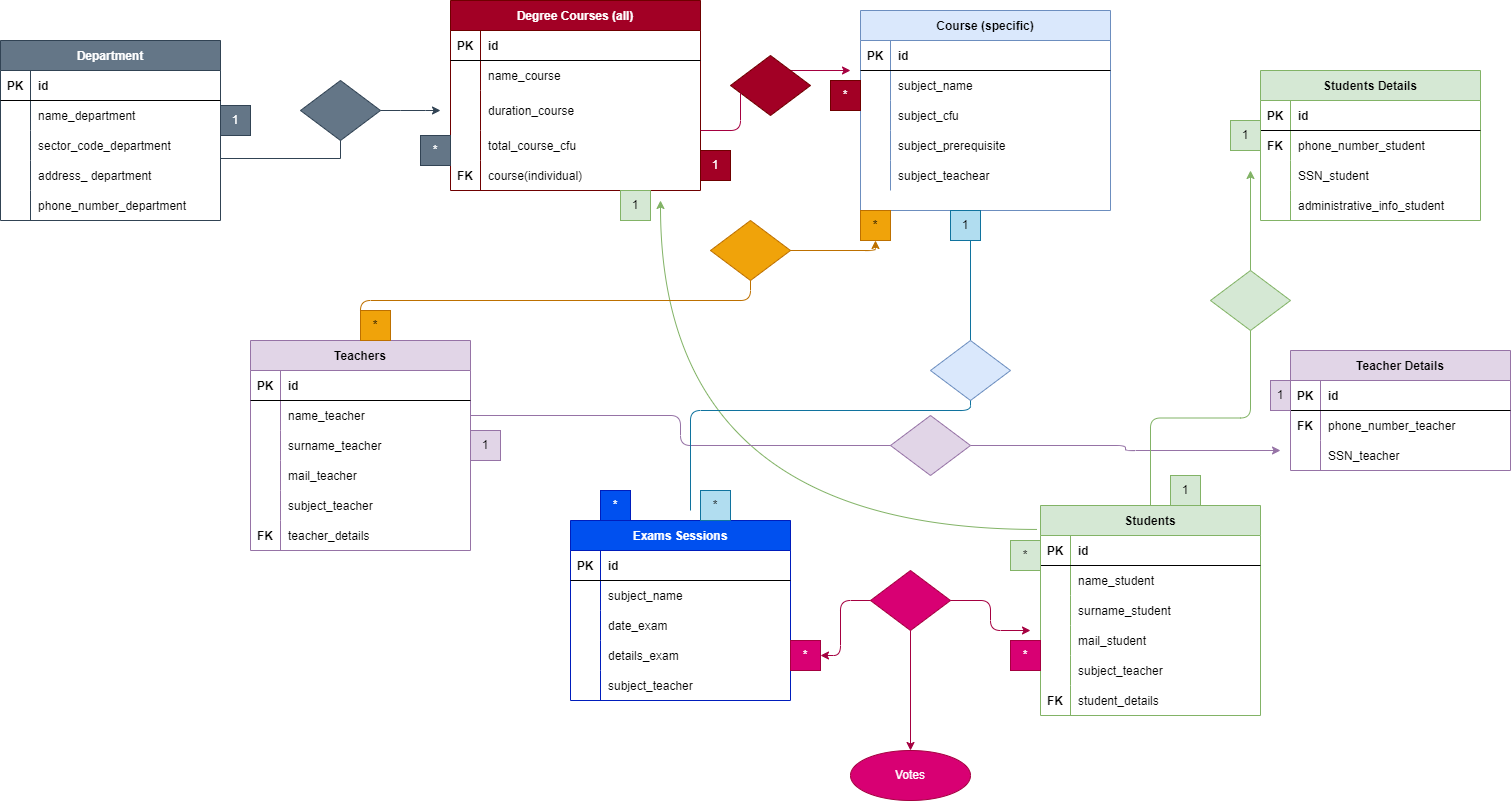
Earlier version of the draw.io export db-university.drawio.png (chiaraxs/db-university). Source tidied: cells renumbered, new cells last; positions are measured from the earlier drawing's top-left corner, leaving out a move shared by most shapes.
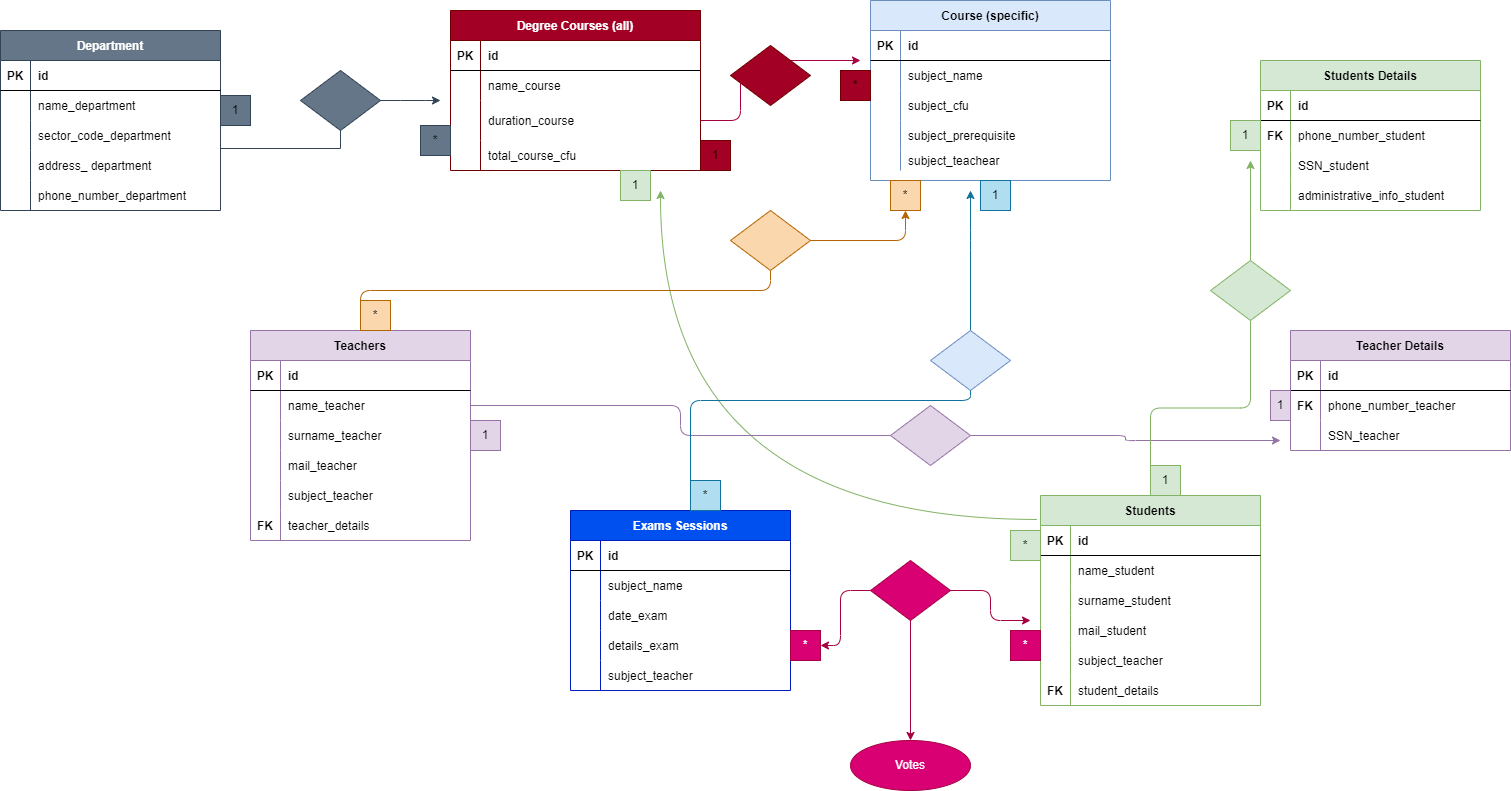
The same file after the commit.

Diff of the diagram source:
```diff
@@ -51,7 +51,7 @@
       <mxGeometry x="30" width="190" height="30" as="geometry" />
     </mxCell>
     <mxCell id="18" value="Degree Courses (all)" style="shape=table;startSize=30;rowLines=0;fontStyle=1;align=center;labelBackgroundColor=none;fillColor=#a20025;fontColor=#ffffff;strokeColor=#6F0000;" parent="1" vertex="1">
-      <mxGeometry x="450" width="250" height="190" as="geometry" />
+      <mxGeometry x="450" y="20" width="250" height="160" as="geometry" />
     </mxCell>
     <mxCell id="19" style="shape=partialRectangle;fillColor=none;top=0;left=0;right=0;bottom=1;" parent="18" vertex="1">
       <mxGeometry y="30" width="250" height="30" as="geometry" />
@@ -89,69 +89,62 @@
     <mxCell id="30" value="total_course_cfu" style="shape=partialRectangle;overflow=hidden;fillColor=none;top=0;left=0;bottom=0;right=0;align=left;spacingLeft=6;" parent="28" vertex="1">
       <mxGeometry x="30" width="220" height="30" as="geometry" />
     </mxCell>
-    <mxCell id="31" style="shape=partialRectangle;fillColor=none;top=0;left=0;right=0;bottom=0;" parent="18" vertex="1">
-      <mxGeometry y="160" width="250" height="30" as="geometry" />
-    </mxCell>
-    <mxCell id="32" value="FK" style="shape=partialRectangle;overflow=hidden;fillColor=none;top=0;left=0;bottom=0;right=0;fontStyle=1;" parent="31" vertex="1">
-      <mxGeometry width="30" height="30" as="geometry" />
-    </mxCell>
-    <mxCell id="33" value="course(individual)" style="shape=partialRectangle;overflow=hidden;fillColor=none;top=0;left=0;bottom=0;right=0;align=left;spacingLeft=6;" parent="31" vertex="1">
-      <mxGeometry x="30" width="220" height="30" as="geometry" />
-    </mxCell>
-    <mxCell id="34" style="edgeStyle=elbowEdgeStyle;rounded=1;jettySize=auto;elbow=vertical;html=1;strokeColor=#10739e;fillColor=#b1ddf0;startArrow=none;" parent="1" edge="1" source="162" target="35">
+    <mxCell id="34" style="edgeStyle=elbowEdgeStyle;rounded=1;jettySize=auto;elbow=vertical;html=1;strokeColor=#10739e;fillColor=#b1ddf0;startArrow=none;" parent="1" edge="1" source="162">
       <mxGeometry relative="1" as="geometry">
+        <mxPoint x="970" y="200" as="targetPoint" />
         <Array as="points">
+          <mxPoint x="970" y="250" />
           <mxPoint x="985" y="360" />
         </Array>
       </mxGeometry>
     </mxCell>
     <mxCell id="35" value="Course (specific)" style="shape=table;startSize=30;rowLines=0;fontStyle=1;align=center;labelBackgroundColor=none;fillColor=#dae8fc;strokeColor=#6c8ebf;" parent="1" vertex="1">
-      <mxGeometry x="860" y="10" width="250" height="200" as="geometry" />
+      <mxGeometry x="870" y="10" width="240" height="180" as="geometry" />
     </mxCell>
     <mxCell id="36" style="shape=partialRectangle;fillColor=none;top=0;left=0;right=0;bottom=1;" parent="35" vertex="1">
-      <mxGeometry y="30" width="250" height="30" as="geometry" />
+      <mxGeometry y="30" width="240" height="30" as="geometry" />
     </mxCell>
     <mxCell id="37" value="PK" style="shape=partialRectangle;overflow=hidden;fillColor=none;top=0;left=0;bottom=0;right=0;fontStyle=1;" parent="36" vertex="1">
       <mxGeometry width="30" height="30" as="geometry" />
     </mxCell>
     <mxCell id="38" value="id" style="shape=partialRectangle;overflow=hidden;fillColor=none;top=0;left=0;bottom=0;right=0;align=left;spacingLeft=6;fontStyle=1;" parent="36" vertex="1">
-      <mxGeometry x="30" width="220" height="30" as="geometry" />
+      <mxGeometry x="30" width="210" height="30" as="geometry" />
     </mxCell>
     <mxCell id="39" style="shape=partialRectangle;fillColor=none;top=0;left=0;right=0;bottom=0;" parent="35" vertex="1">
-      <mxGeometry y="60" width="250" height="30" as="geometry" />
+      <mxGeometry y="60" width="240" height="30" as="geometry" />
     </mxCell>
     <mxCell id="40" style="shape=partialRectangle;overflow=hidden;fillColor=none;top=0;left=0;bottom=0;right=0;" parent="39" vertex="1">
       <mxGeometry width="30" height="30" as="geometry" />
     </mxCell>
     <mxCell id="41" value="subject_name" style="shape=partialRectangle;overflow=hidden;fillColor=none;top=0;left=0;bottom=0;right=0;align=left;spacingLeft=6;" parent="39" vertex="1">
-      <mxGeometry x="30" width="220" height="30" as="geometry" />
+      <mxGeometry x="30" width="210" height="30" as="geometry" />
     </mxCell>
     <mxCell id="42" style="shape=partialRectangle;fillColor=none;top=0;left=0;right=0;bottom=0;" parent="35" vertex="1">
-      <mxGeometry y="90" width="250" height="30" as="geometry" />
+      <mxGeometry y="90" width="240" height="30" as="geometry" />
     </mxCell>
     <mxCell id="43" style="shape=partialRectangle;overflow=hidden;fillColor=none;top=0;left=0;bottom=0;right=0;" parent="42" vertex="1">
       <mxGeometry width="30" height="30" as="geometry" />
     </mxCell>
     <mxCell id="44" value="subject_cfu" style="shape=partialRectangle;overflow=hidden;fillColor=none;top=0;left=0;bottom=0;right=0;align=left;spacingLeft=6;" parent="42" vertex="1">
-      <mxGeometry x="30" width="220" height="30" as="geometry" />
+      <mxGeometry x="30" width="210" height="30" as="geometry" />
     </mxCell>
     <mxCell id="45" style="shape=partialRectangle;fillColor=none;top=0;left=0;right=0;bottom=0;" parent="35" vertex="1">
-      <mxGeometry y="120" width="250" height="30" as="geometry" />
+      <mxGeometry y="120" width="240" height="30" as="geometry" />
     </mxCell>
     <mxCell id="46" style="shape=partialRectangle;overflow=hidden;fillColor=none;top=0;left=0;bottom=0;right=0;" parent="45" vertex="1">
       <mxGeometry width="30" height="30" as="geometry" />
     </mxCell>
     <mxCell id="47" value="subject_prerequisite" style="shape=partialRectangle;overflow=hidden;fillColor=none;top=0;left=0;bottom=0;right=0;align=left;spacingLeft=6;" parent="45" vertex="1">
-      <mxGeometry x="30" width="220" height="30" as="geometry" />
+      <mxGeometry x="30" width="210" height="30" as="geometry" />
     </mxCell>
     <mxCell id="48" style="shape=partialRectangle;fillColor=none;top=0;left=0;right=0;bottom=0;" parent="35" vertex="1">
-      <mxGeometry y="150" width="250" height="30" as="geometry" />
+      <mxGeometry y="150" width="240" height="20" as="geometry" />
     </mxCell>
     <mxCell id="49" style="shape=partialRectangle;overflow=hidden;fillColor=none;top=0;left=0;bottom=0;right=0;" parent="48" vertex="1">
-      <mxGeometry width="30" height="30" as="geometry" />
+      <mxGeometry width="30" height="20" as="geometry" />
     </mxCell>
     <mxCell id="50" value="subject_teachear" style="shape=partialRectangle;overflow=hidden;fillColor=none;top=0;left=0;bottom=0;right=0;align=left;spacingLeft=6;" parent="48" vertex="1">
-      <mxGeometry x="30" width="220" height="30" as="geometry" />
+      <mxGeometry x="30" width="210" height="20" as="geometry" />
     </mxCell>
     <mxCell id="51" style="edgeStyle=elbowEdgeStyle;rounded=0;jettySize=auto;elbow=vertical;html=1;startArrow=none;" parent="1" edge="1" source="137" target="105">
       <mxGeometry relative="1" as="geometry" />
@@ -320,7 +313,7 @@
       <mxGeometry x="30" width="190" height="30" as="geometry" />
     </mxCell>
     <mxCell id="105" value="Teacher Details" style="shape=table;startSize=30;rowLines=0;fontStyle=1;align=center;labelBackgroundColor=none;fillColor=#e1d5e7;strokeColor=#9673a6;" parent="1" vertex="1">
-      <mxGeometry x="1290" y="350" width="220" height="120" as="geometry" />
+      <mxGeometry x="1290" y="340" width="220" height="120" as="geometry" />
     </mxCell>
     <mxCell id="106" style="shape=partialRectangle;fillColor=none;top=0;left=0;right=0;bottom=1;" parent="105" vertex="1">
       <mxGeometry y="30" width="220" height="30" as="geometry" />
@@ -416,41 +409,41 @@
       </mxGeometry>
     </mxCell>
     <mxCell id="134" value="1" style="text;html=1;strokeColor=#82b366;fillColor=#d5e8d4;align=center;verticalAlign=middle;whiteSpace=wrap;rounded=0;labelBackgroundColor=none;" parent="1" vertex="1">
-      <mxGeometry x="1170" y="475" width="30" height="30" as="geometry" />
+      <mxGeometry x="1150" y="475" width="30" height="30" as="geometry" />
     </mxCell>
     <mxCell id="135" value="1" style="text;html=1;strokeColor=#82b366;fillColor=#d5e8d4;align=center;verticalAlign=middle;whiteSpace=wrap;rounded=0;labelBackgroundColor=none;" parent="1" vertex="1">
-      <mxGeometry x="1230" y="120" width="30" height="30" as="geometry" />
+      <mxGeometry x="1230" y="130" width="30" height="30" as="geometry" />
     </mxCell>
     <mxCell id="136" value="1" style="text;html=1;strokeColor=#9673a6;fillColor=#e1d5e7;align=center;verticalAlign=middle;whiteSpace=wrap;rounded=0;labelBackgroundColor=none;" parent="1" vertex="1">
       <mxGeometry x="470" y="430" width="30" height="30" as="geometry" />
     </mxCell>
     <mxCell id="137" value="1" style="text;html=1;strokeColor=#9673a6;fillColor=#e1d5e7;align=center;verticalAlign=middle;whiteSpace=wrap;rounded=0;labelBackgroundColor=none;" parent="1" vertex="1">
-      <mxGeometry x="1270" y="380" width="20" height="30" as="geometry" />
+      <mxGeometry x="1270" y="400" width="20" height="30" as="geometry" />
     </mxCell>
     <mxCell id="138" style="edgeStyle=orthogonalEdgeStyle;rounded=1;jettySize=auto;elbow=vertical;html=1;strokeColor=#A50040;fillColor=#d80073;startArrow=none;" parent="1" edge="1" source="166">
       <mxGeometry relative="1" as="geometry">
-        <mxPoint x="850" y="70" as="targetPoint" />
+        <mxPoint x="860" y="70" as="targetPoint" />
         <Array as="points">
           <mxPoint x="740" y="70" />
         </Array>
       </mxGeometry>
     </mxCell>
-    <mxCell id="139" value="1" style="text;html=1;strokeColor=#6F0000;fillColor=#a20025;align=center;verticalAlign=middle;whiteSpace=wrap;rounded=0;labelBackgroundColor=none;fontColor=#ffffff;" parent="1" vertex="1">
+    <mxCell id="139" value="1" style="text;html=1;strokeColor=#6F0000;fillColor=#a20025;align=center;verticalAlign=middle;whiteSpace=wrap;rounded=0;labelBackgroundColor=none;fontColor=#000000;" parent="1" vertex="1">
       <mxGeometry x="700" y="150" width="30" height="30" as="geometry" />
     </mxCell>
-    <mxCell id="140" value="*" style="text;html=1;strokeColor=#6F0000;fillColor=#a20025;align=center;verticalAlign=middle;whiteSpace=wrap;rounded=0;labelBackgroundColor=none;fontColor=#ffffff;" parent="1" vertex="1">
-      <mxGeometry x="830" y="80" width="30" height="30" as="geometry" />
+    <mxCell id="140" value="*" style="text;html=1;strokeColor=#6F0000;fillColor=#a20025;align=center;verticalAlign=middle;whiteSpace=wrap;rounded=0;labelBackgroundColor=none;fontColor=#000000;" parent="1" vertex="1">
+      <mxGeometry x="840" y="80" width="30" height="30" as="geometry" />
     </mxCell>
     <mxCell id="141" value="*" style="text;html=1;strokeColor=#10739e;fillColor=#b1ddf0;align=center;verticalAlign=middle;whiteSpace=wrap;rounded=0;labelBackgroundColor=none;" parent="1" vertex="1">
-      <mxGeometry x="700" y="490" width="30" height="30" as="geometry" />
+      <mxGeometry x="690" y="490" width="30" height="30" as="geometry" />
     </mxCell>
     <mxCell id="142" value="1" style="text;html=1;strokeColor=#10739e;fillColor=#b1ddf0;align=center;verticalAlign=middle;whiteSpace=wrap;rounded=0;labelBackgroundColor=none;" parent="1" vertex="1">
-      <mxGeometry x="950" y="210" width="30" height="30" as="geometry" />
+      <mxGeometry x="980" y="190" width="30" height="30" as="geometry" />
     </mxCell>
-    <mxCell id="143" value="1" style="text;html=1;strokeColor=#314354;fillColor=#647687;align=center;verticalAlign=middle;whiteSpace=wrap;rounded=0;labelBackgroundColor=none;fontColor=#ffffff;" parent="1" vertex="1">
+    <mxCell id="143" value="1" style="text;html=1;strokeColor=#314354;fillColor=#647687;align=center;verticalAlign=middle;whiteSpace=wrap;rounded=0;labelBackgroundColor=none;fontColor=#000000;" parent="1" vertex="1">
       <mxGeometry x="220" y="105" width="30" height="30" as="geometry" />
     </mxCell>
-    <mxCell id="144" value="*" style="text;html=1;strokeColor=#314354;fillColor=#647687;align=center;verticalAlign=middle;whiteSpace=wrap;rounded=0;labelBackgroundColor=none;fontColor=#ffffff;" parent="1" vertex="1">
+    <mxCell id="144" value="*" style="text;html=1;strokeColor=#314354;fillColor=#647687;align=center;verticalAlign=middle;whiteSpace=wrap;rounded=0;labelBackgroundColor=none;fontColor=#000000;" parent="1" vertex="1">
       <mxGeometry x="420" y="135" width="30" height="30" as="geometry" />
     </mxCell>
     <mxCell id="145" style="edgeStyle=elbowEdgeStyle;rounded=1;orthogonalLoop=1;jettySize=auto;elbow=vertical;html=1;exitX=0;exitY=0.5;exitDx=0;exitDy=0;strokeColor=#A680B8;" parent="1" edge="1" source="144" target="144">
@@ -459,22 +452,19 @@
     <mxCell id="146" style="edgeStyle=elbowEdgeStyle;rounded=1;orthogonalLoop=1;jettySize=auto;elbow=vertical;html=1;exitX=0;exitY=0.5;exitDx=0;exitDy=0;labelBackgroundColor=none;strokeColor=#A680B8;" parent="1" edge="1" source="142" target="142">
       <mxGeometry relative="1" as="geometry" />
     </mxCell>
-    <mxCell id="147" style="edgeStyle=elbowEdgeStyle;rounded=1;jettySize=auto;elbow=vertical;html=1;labelBackgroundColor=none;strokeColor=#BD7000;exitX=0;exitY=0.5;exitDx=0;exitDy=0;fillColor=#f0a30a;entryX=0.5;entryY=1;entryDx=0;entryDy=0;startArrow=none;" parent="1" edge="1" source="164" target="149">
+    <mxCell id="147" style="edgeStyle=elbowEdgeStyle;rounded=1;jettySize=auto;elbow=vertical;html=1;labelBackgroundColor=none;strokeColor=#b46504;exitX=0;exitY=0.5;exitDx=0;exitDy=0;fillColor=#fad7ac;entryX=0.5;entryY=1;entryDx=0;entryDy=0;startArrow=none;" parent="1" edge="1" source="164" target="149">
       <mxGeometry relative="1" as="geometry">
         <Array as="points">
           <mxPoint x="850" y="250" />
         </Array>
       </mxGeometry>
     </mxCell>
-    <mxCell id="148" value="*" style="text;html=1;strokeColor=#BD7000;fillColor=#f0a30a;align=center;verticalAlign=middle;whiteSpace=wrap;rounded=0;labelBackgroundColor=none;fontColor=#000000;" parent="1" vertex="1">
+    <mxCell id="148" value="*" style="text;html=1;strokeColor=#b46504;fillColor=#fad7ac;align=center;verticalAlign=middle;whiteSpace=wrap;rounded=0;labelBackgroundColor=none;" parent="1" vertex="1">
       <mxGeometry x="360" y="310" width="30" height="30" as="geometry" />
     </mxCell>
-    <mxCell id="149" value="*" style="text;html=1;strokeColor=#BD7000;fillColor=#f0a30a;align=center;verticalAlign=middle;whiteSpace=wrap;rounded=0;labelBackgroundColor=none;fontColor=#000000;" parent="1" vertex="1">
-      <mxGeometry x="860" y="210" width="30" height="30" as="geometry" />
+    <mxCell id="149" value="*" style="text;html=1;strokeColor=#b46504;fillColor=#fad7ac;align=center;verticalAlign=middle;whiteSpace=wrap;rounded=0;labelBackgroundColor=none;" parent="1" vertex="1">
+      <mxGeometry x="890" y="190" width="30" height="30" as="geometry" />
     </mxCell>
-    <mxCell id="150" value="*" style="text;html=1;strokeColor=#001DBC;fillColor=#0050ef;align=center;verticalAlign=middle;whiteSpace=wrap;rounded=0;labelBackgroundColor=none;fontColor=#ffffff;" parent="1" vertex="1">
-      <mxGeometry x="600" y="490" width="30" height="30" as="geometry" />
-    </mxCell>
     <mxCell id="151" value="*" style="text;html=1;strokeColor=#A50040;fillColor=#d80073;align=center;verticalAlign=middle;whiteSpace=wrap;rounded=0;labelBackgroundColor=none;fontColor=#ffffff;" parent="1" vertex="1">
       <mxGeometry x="790" y="640" width="30" height="30" as="geometry" />
     </mxCell>
@@ -533,10 +523,10 @@
         </Array>
       </mxGeometry>
     </mxCell>
-    <mxCell id="164" style="rhombus;whiteSpace=wrap;html=1;labelBackgroundColor=none;strokeColor=#BD7000;fillColor=#f0a30a;fontColor=#000000;" parent="1" vertex="1">
-      <mxGeometry x="710" y="220" width="80" height="60" as="geometry" />
+    <mxCell id="164" style="rhombus;whiteSpace=wrap;html=1;labelBackgroundColor=none;strokeColor=#b46504;fillColor=#fad7ac;" parent="1" vertex="1">
+      <mxGeometry x="730" y="220" width="80" height="60" as="geometry" />
     </mxCell>
-    <mxCell id="165" style="edgeStyle=elbowEdgeStyle;rounded=1;jettySize=auto;elbow=vertical;html=1;labelBackgroundColor=none;strokeColor=#BD7000;exitX=0.5;exitY=0;exitDx=0;exitDy=0;fillColor=#f0a30a;entryX=0.5;entryY=1;entryDx=0;entryDy=0;endArrow=none;" parent="1" edge="1" source="52" target="164">
+    <mxCell id="165" style="edgeStyle=elbowEdgeStyle;rounded=1;jettySize=auto;elbow=vertical;html=1;labelBackgroundColor=none;strokeColor=#b46504;exitX=0.5;exitY=0;exitDx=0;exitDy=0;fillColor=#fad7ac;entryX=0.5;entryY=1;entryDx=0;entryDy=0;endArrow=none;" parent="1" edge="1" source="52" target="164">
       <mxGeometry relative="1" as="geometry">
         <Array as="points">
           <mxPoint x="350" y="300" />
@@ -562,7 +552,7 @@
       <mxGeometry relative="1" as="geometry" />
     </mxCell>
     <mxCell id="170" value="1" style="text;html=1;strokeColor=#82b366;fillColor=#d5e8d4;align=center;verticalAlign=middle;whiteSpace=wrap;rounded=0;labelBackgroundColor=none;" parent="1" vertex="1">
-      <mxGeometry x="620" y="190" width="30" height="30" as="geometry" />
+      <mxGeometry x="620" y="180" width="30" height="30" as="geometry" />
     </mxCell>
     <mxCell id="171" value="*" style="text;html=1;strokeColor=#82b366;fillColor=#d5e8d4;align=center;verticalAlign=middle;whiteSpace=wrap;rounded=0;labelBackgroundColor=none;" parent="1" vertex="1">
       <mxGeometry x="1010" y="540" width="30" height="30" as="geometry" />
```
